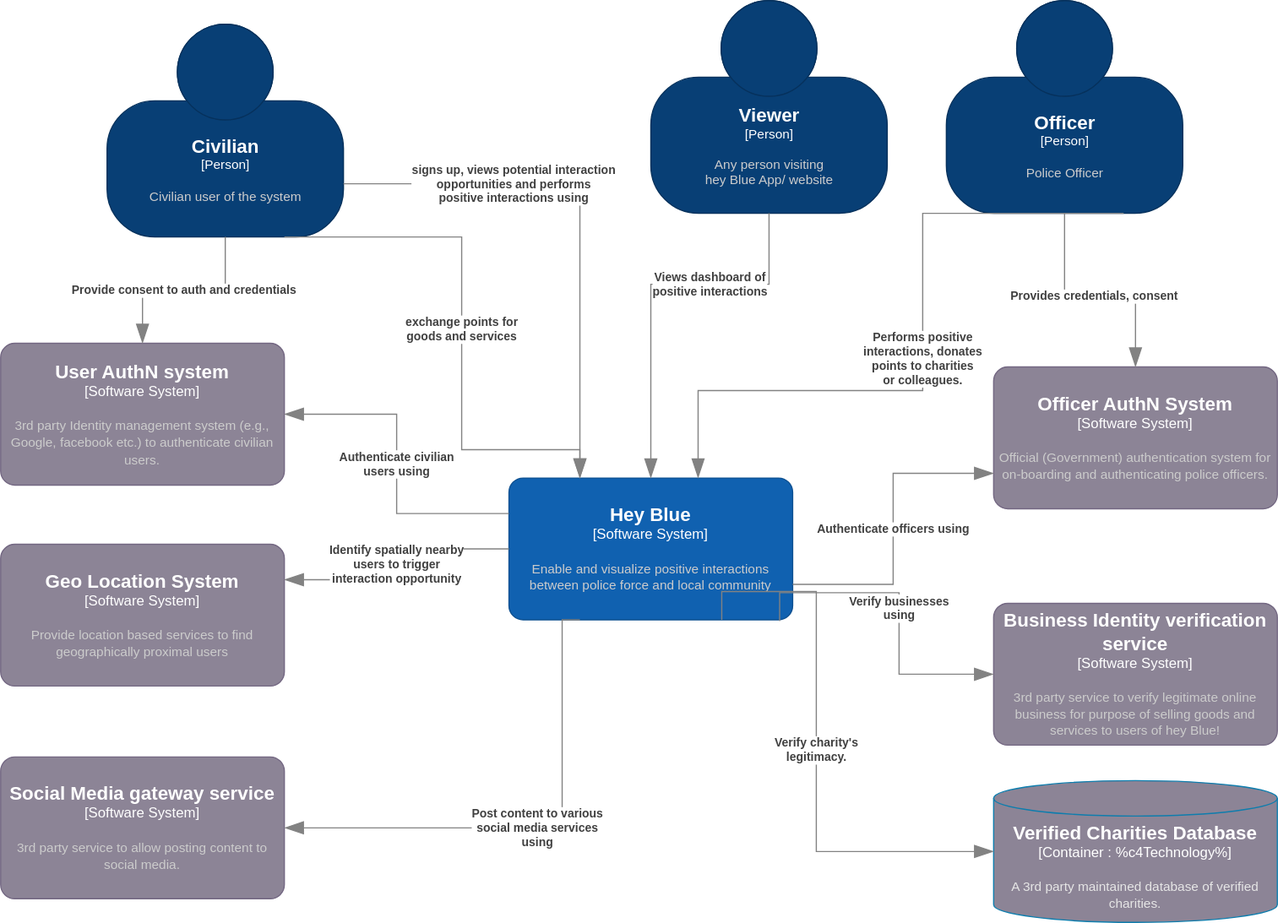
Just-A-Facade/kata-hey-blue keeps this draw.io diagram as solution/system-context.drawio.svg. Above is the earlier version. Source tidied: cells renumbered, new cells last; positions are measured from the earlier drawing's top-left corner, leaving out a move shared by most shapes.
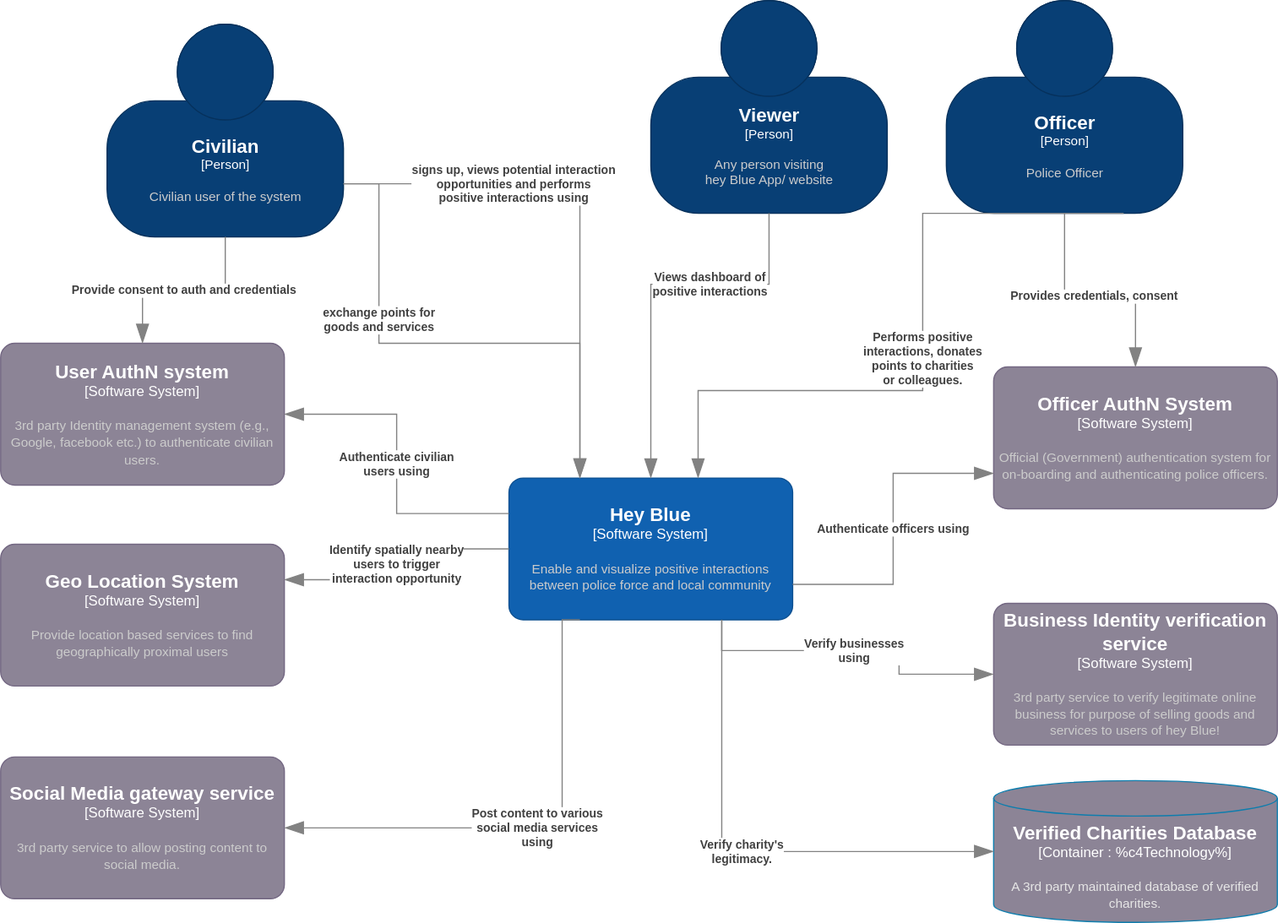
Above is the later version.

Commit message:
tweak layout for system-context proposal

The edit, as a diff of the source:
```diff
@@ -48,12 +48,12 @@
       </mxCell>
     </object>
     <object id="11" label="&lt;div style=&quot;text-align: left&quot;&gt;&lt;div style=&quot;text-align: center&quot;&gt;&lt;b&gt;%c4Description%&lt;/b&gt;&lt;/div&gt;" c4Description="exchange points for&#10;goods and services" c4Type="Relationship" placeholders="1">
-      <mxCell style="endArrow=blockThin;html=1;fontSize=10;fontColor=#404040;strokeWidth=1;endFill=1;strokeColor=#828282;elbow=vertical;endSize=14;startSize=14;jumpStyle=arc;jumpSize=16;rounded=0;edgeStyle=orthogonalEdgeStyle;exitX=0.75;exitY=1;exitDx=0;exitDy=0;exitPerimeter=0;entryX=0.25;entryY=0;entryDx=0;entryDy=0;entryPerimeter=0;" parent="1" edge="1" source="9" target="2">
-        <mxGeometry relative="1" as="geometry">
+      <mxCell style="endArrow=blockThin;html=1;fontSize=10;fontColor=#404040;strokeWidth=1;endFill=1;strokeColor=#828282;elbow=vertical;endSize=14;startSize=14;jumpStyle=arc;jumpSize=16;rounded=0;edgeStyle=orthogonalEdgeStyle;exitX=1;exitY=0.75;exitDx=0;exitDy=0;exitPerimeter=0;entryX=0.25;entryY=0;entryDx=0;entryDy=0;entryPerimeter=0;" parent="1" edge="1" source="9" target="2">
+        <mxGeometry x="-0.35" relative="1" as="geometry">
           <Array as="points">
-            <mxPoint x="390" y="200" />
-            <mxPoint x="390" y="380" />
-            <mxPoint x="490" y="380" />
+            <mxPoint x="320" y="155" />
+            <mxPoint x="320" y="290" />
+            <mxPoint x="490" y="290" />
           </Array>
         </mxGeometry>
       </mxCell>
@@ -115,10 +115,11 @@
       </mxCell>
     </object>
     <object id="19" label="&lt;div style=&quot;text-align: left&quot;&gt;&lt;div style=&quot;text-align: center&quot;&gt;&lt;b&gt;%c4Description%&lt;/b&gt;&lt;/div&gt;" c4Description="Verify businesses&#10;using" c4Type="Relationship" placeholders="1">
-      <mxCell style="endArrow=blockThin;html=1;fontSize=10;fontColor=#404040;strokeWidth=1;endFill=1;strokeColor=#828282;elbow=vertical;endSize=14;startSize=14;jumpStyle=arc;jumpSize=16;rounded=0;edgeStyle=orthogonalEdgeStyle;entryX=0;entryY=0.5;entryDx=0;entryDy=0;entryPerimeter=0;exitX=0.954;exitY=1.008;exitDx=0;exitDy=0;exitPerimeter=0;" parent="1" edge="1" source="2" target="7">
+      <mxCell style="endArrow=blockThin;html=1;fontSize=10;fontColor=#404040;strokeWidth=1;endFill=1;strokeColor=#828282;elbow=vertical;endSize=14;startSize=14;jumpStyle=arc;jumpSize=16;rounded=0;edgeStyle=orthogonalEdgeStyle;entryX=0;entryY=0.5;entryDx=0;entryDy=0;entryPerimeter=0;exitX=0.75;exitY=1;exitDx=0;exitDy=0;exitPerimeter=0;" parent="1" edge="1" source="2" target="7">
         <mxGeometry relative="1" as="geometry">
           <Array as="points">
-            <mxPoint x="760" y="501" />
+            <mxPoint x="610" y="550" />
+            <mxPoint x="760" y="550" />
             <mxPoint x="760" y="570" />
           </Array>
         </mxGeometry>
@@ -138,8 +139,7 @@
       <mxCell style="endArrow=blockThin;html=1;fontSize=10;fontColor=#404040;strokeWidth=1;endFill=1;strokeColor=#828282;elbow=vertical;endSize=14;startSize=14;jumpStyle=arc;jumpSize=16;rounded=0;edgeStyle=orthogonalEdgeStyle;exitX=0.75;exitY=1;exitDx=0;exitDy=0;exitPerimeter=0;entryX=0;entryY=0.5;entryDx=0;entryDy=0;entryPerimeter=0;" parent="1" edge="1" source="2" target="8">
         <mxGeometry relative="1" as="geometry">
           <Array as="points">
-            <mxPoint x="690" y="500" />
-            <mxPoint x="690" y="720" />
+            <mxPoint x="610" y="720" />
           </Array>
         </mxGeometry>
       </mxCell>
```
